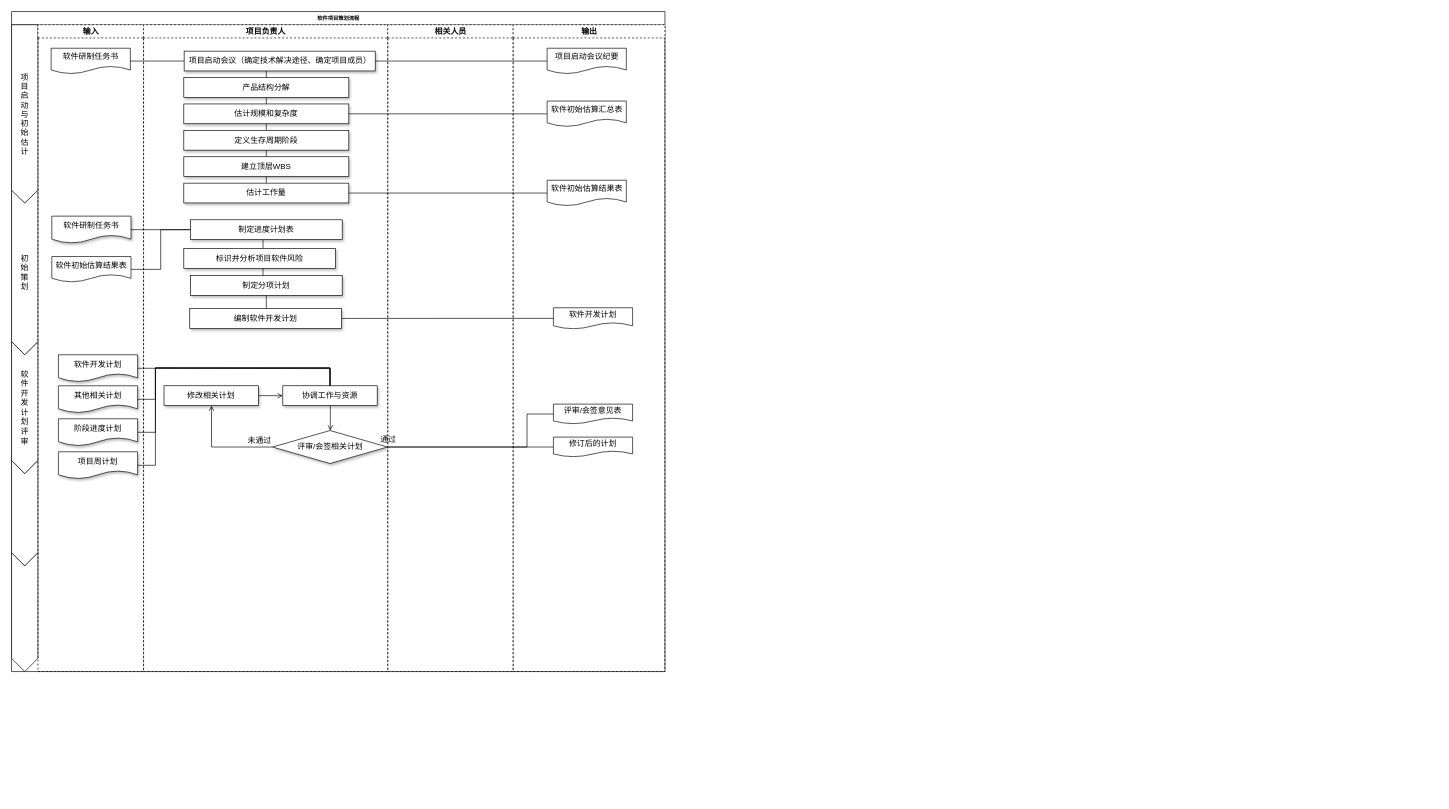
Before: 国军标5000A-文审-项目策划过程域.drawio in ColonelDarcy2018/excelsior, a draw.io diagram. Source tidied: cells renumbered, new cells numbered last; positions are measured from the earlier drawing's top-left corner, leaving out a move shared by most shapes. Both pictures are drawn from the tidied source at 66%, with x=0, y=0 at pixel (11, 11).
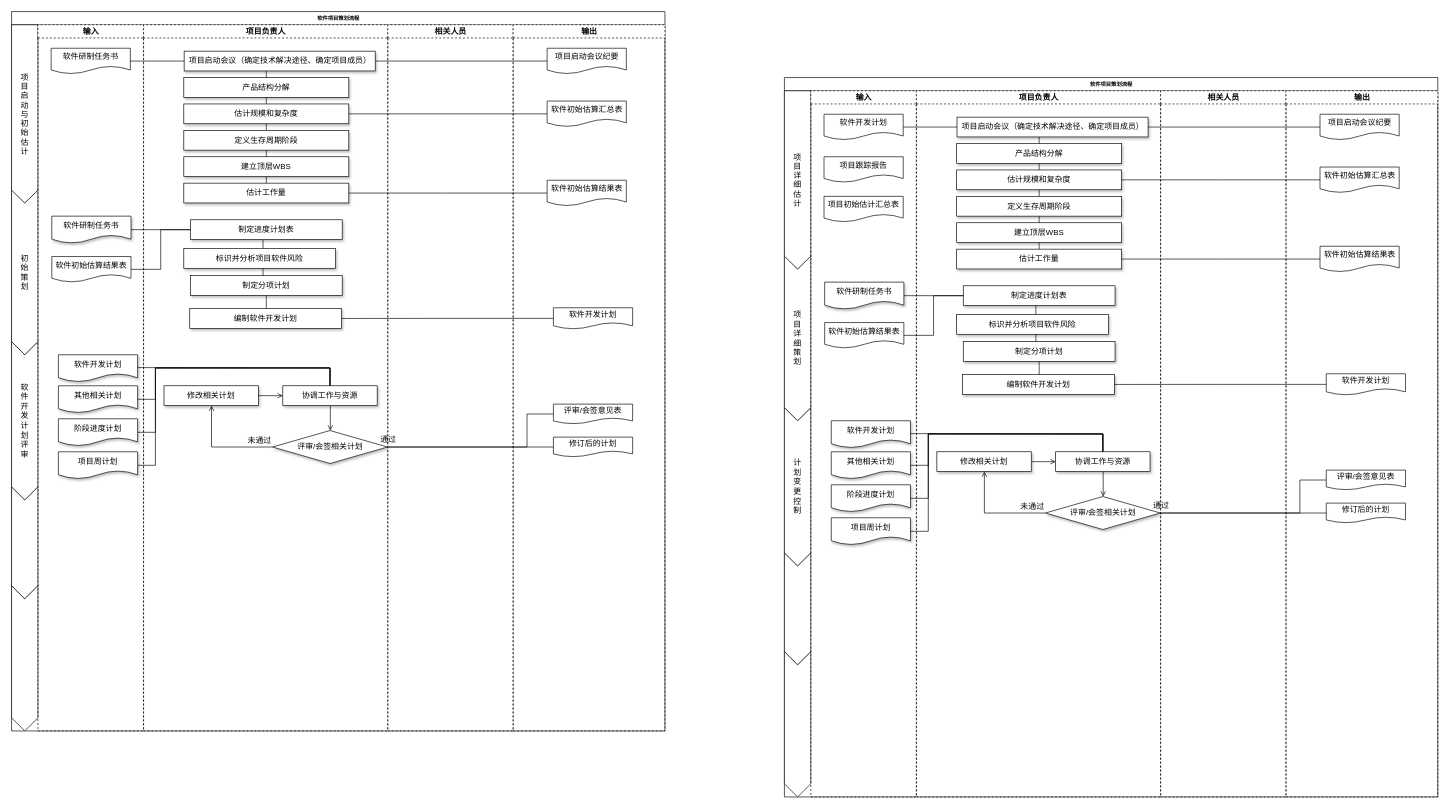
The same page after the edit.

Commit message (it also covers changes not shown here):
Update 国军标5000A-文审-项目策划过程域.drawio

The change refers to these unchanged cells:
```xml
<mxCell id="25" value="软件开发计划" style="shape=document;whiteSpace=wrap;html=1;boundedLbl=1;shadow=1;fontSize=12;" parent="13" vertex="1">
  <mxGeometry x="-129" y="500" width="120" height="41" as="geometry" />
</mxCell>
<mxCell id="30" value="协调工作与资源" style="rounded=0;whiteSpace=wrap;html=1;shadow=1;fontSize=12;" parent="13" vertex="1">
  <mxGeometry x="211" y="547" width="143" height="30" as="geometry" />
</mxCell>
```

Diff of the diagram source:
```diff
@@
     <mxCell id="2" value="软件项目策划流程" style="swimlane;html=1;startSize=20;rounded=0;shadow=0;labelBackgroundColor=none;strokeWidth=1;fontFamily=Verdana;fontSize=8;align=center;" parent="1" vertex="1">
-      <mxGeometry width="990" height="1000" as="geometry" />
+      <mxGeometry width="990" height="1090" as="geometry" />
     </mxCell>
     <mxCell id="3" style="group;" parent="2" vertex="1">
-      <mxGeometry y="20" width="40" height="980" as="geometry" />
+      <mxGeometry y="20" width="40" height="1070" as="geometry" />
     </mxCell>
     <mxCell id="4" style="shape=step;perimeter=stepPerimeter;whiteSpace=wrap;html=1;fixedSize=1;size=20;direction=south;" parent="3" vertex="1">
-      <mxGeometry y="660" width="40" height="160" as="geometry" />
+      <mxGeometry y="700" width="40" height="170" as="geometry" />
     </mxCell>
     <mxCell id="5" value="软&lt;br&gt;件&lt;br&gt;开&lt;br&gt;发&lt;br&gt;计&lt;br&gt;划&lt;br&gt;评&lt;br&gt;审" style="shape=step;perimeter=stepPerimeter;whiteSpace=wrap;html=1;fixedSize=1;size=20;direction=south;" parent="3" vertex="1">
-      <mxGeometry y="480" width="40" height="200" as="geometry" />
+      <mxGeometry y="480" width="40" height="240" as="geometry" />
     </mxCell>
@@
     <mxCell id="8" style="shape=step;perimeter=stepPerimeter;whiteSpace=wrap;html=1;fixedSize=1;size=20;direction=south;" parent="3" vertex="1">
-      <mxGeometry y="800" width="40" height="180" as="geometry" />
+      <mxGeometry y="850" width="40" height="220" as="geometry" />
     </mxCell>
     <mxCell id="9" value="输入" style="swimlane;html=1;startSize=20;dashed=1;" parent="2" vertex="1">
-      <mxGeometry x="40" y="20" width="160" height="980" as="geometry" />
+      <mxGeometry x="40" y="20" width="160" height="1070" as="geometry" />
     </mxCell>
@@
     <mxCell id="13" value="项目负责人" style="swimlane;html=1;startSize=20;dashed=1;" parent="2" vertex="1">
-      <mxGeometry x="200" y="20" width="370" height="980" as="geometry" />
+      <mxGeometry x="200" y="20" width="370" height="1070" as="geometry" />
     </mxCell>
@@
-    <mxCell id="33" style="edgeStyle=orthogonalEdgeStyle;rounded=0;sketch=0;jettySize=auto;html=1;endArrow=none;endFill=0;" parent="13" edge="1" source="25" target="30">
+    <mxCell id="33" style="edgeStyle=orthogonalEdgeStyle;rounded=0;sketch=0;orthogonalLoop=1;jettySize=auto;html=1;endArrow=none;endFill=0;" parent="13" edge="1">
       <mxGeometry relative="1" as="geometry">
+        <mxPoint x="-9" y="519.5" as="sourcePoint" />
+        <mxPoint x="282.5" y="546" as="targetPoint" />
         <Array as="points">
-          <mxPoint x="8" y="521" />
-          <mxPoint x="8" y="521" />
+          <mxPoint x="8" y="520" />
+          <mxPoint x="8" y="520" />
         </Array>
       </mxGeometry>
     </mxCell>
@@
     <mxCell id="43" value="相关人员" style="swimlane;html=1;startSize=20;dashed=1;" parent="2" vertex="1">
-      <mxGeometry x="570" y="20" width="190" height="980" as="geometry" />
+      <mxGeometry x="570" y="20" width="190" height="1070" as="geometry" />
     </mxCell>
@@
     <mxCell id="45" value="输出" style="swimlane;html=1;startSize=20;dashed=1;" parent="2" vertex="1">
-      <mxGeometry x="760" y="20" width="230" height="980" as="geometry" />
+      <mxGeometry x="760" y="20" width="230" height="1070" as="geometry" />
     </mxCell>
@@
+    <mxCell id="66" value="软件项目策划流程" style="swimlane;html=1;startSize=20;rounded=0;shadow=0;labelBackgroundColor=none;strokeWidth=1;fontFamily=Verdana;fontSize=8;align=center;" parent="1" vertex="1">
+      <mxGeometry x="1171" y="100" width="990" height="1090" as="geometry" />
+    </mxCell>
+    <mxCell id="67" style="group;" parent="66" vertex="1">
+      <mxGeometry y="20" width="40" height="1070" as="geometry" />
+    </mxCell>
+    <mxCell id="68" style="shape=step;perimeter=stepPerimeter;whiteSpace=wrap;html=1;fixedSize=1;size=20;direction=south;" parent="67" vertex="1">
+      <mxGeometry y="700" width="40" height="170" as="geometry" />
+    </mxCell>
+    <mxCell id="69" value="计&lt;br&gt;划&lt;br&gt;变&lt;br&gt;更&lt;br&gt;控&lt;br&gt;制" style="shape=step;perimeter=stepPerimeter;whiteSpace=wrap;html=1;fixedSize=1;size=20;direction=south;" parent="67" vertex="1">
+      <mxGeometry y="480" width="40" height="240" as="geometry" />
+    </mxCell>
+    <mxCell id="70" value="项&lt;br&gt;目&lt;br&gt;详&lt;br&gt;细&lt;br&gt;策&lt;br&gt;划" style="shape=step;perimeter=stepPerimeter;whiteSpace=wrap;html=1;fixedSize=1;size=20;direction=south;" parent="67" vertex="1">
+      <mxGeometry y="250" width="40" height="250" as="geometry" />
+    </mxCell>
+    <mxCell id="71" value="项&#10;目&#10;详&#10;细&#10;估&#10;计" style="shape=offPageConnector;size=0.07142857142857142;flipV=0;horizontal=1;" parent="67" vertex="1">
+      <mxGeometry width="40" height="270" as="geometry" />
+    </mxCell>
+    <mxCell id="72" style="shape=step;perimeter=stepPerimeter;whiteSpace=wrap;html=1;fixedSize=1;size=20;direction=south;" parent="67" vertex="1">
+      <mxGeometry y="850" width="40" height="220" as="geometry" />
+    </mxCell>
+    <mxCell id="73" value="输入" style="swimlane;html=1;startSize=20;dashed=1;" parent="66" vertex="1">
+      <mxGeometry x="40" y="20" width="160" height="1070" as="geometry" />
+    </mxCell>
+    <mxCell id="74" value="软件初始估算结果表" style="shape=document;whiteSpace=wrap;html=1;boundedLbl=1;fontSize=12;" parent="73" vertex="1">
+      <mxGeometry x="21" y="351.2" width="120" height="38.8" as="geometry" />
+    </mxCell>
+    <mxCell id="75" value="软件开发计划" style="shape=document;whiteSpace=wrap;html=1;boundedLbl=1;fontSize=12;" parent="73" vertex="1">
+      <mxGeometry x="20" y="35.6" width="120" height="38.8" as="geometry" />
+    </mxCell>
+    <mxCell id="76" value="项目跟踪报告" style="shape=document;whiteSpace=wrap;html=1;boundedLbl=1;fontSize=12;" parent="73" vertex="1">
+      <mxGeometry x="20" y="100" width="120" height="38.8" as="geometry" />
+    </mxCell>
+    <mxCell id="77" value="项目初始估计汇总表" style="shape=document;whiteSpace=wrap;html=1;boundedLbl=1;fontSize=12;" parent="73" vertex="1">
+      <mxGeometry x="20" y="160" width="120" height="38.8" as="geometry" />
+    </mxCell>
+    <mxCell id="78" style="edgeStyle=elbowEdgeStyle;rounded=0;jettySize=auto;html=1;endArrow=none;endFill=0;" parent="66" edge="1" source="114" target="90">
+      <mxGeometry relative="1" as="geometry" />
+    </mxCell>
+    <mxCell id="79" value="项目负责人" style="swimlane;html=1;startSize=20;dashed=1;" parent="66" vertex="1">
+      <mxGeometry x="200" y="20" width="370" height="1070" as="geometry" />
+    </mxCell>
+    <mxCell id="80" style="edgeStyle=elbowEdgeStyle;rounded=0;jettySize=auto;html=1;endArrow=none;endFill=0;" parent="79" edge="1" source="81" target="82">
+      <mxGeometry relative="1" as="geometry" />
+    </mxCell>
+    <mxCell id="81" value="建立顶层WBS" style="rounded=0;whiteSpace=wrap;html=1;shadow=1;fontSize=12;" parent="79" vertex="1">
+      <mxGeometry x="61" y="200" width="250" height="30" as="geometry" />
+    </mxCell>
+    <mxCell id="82" value="估计工作量" style="rounded=0;whiteSpace=wrap;html=1;shadow=1;fontSize=12;" parent="79" vertex="1">
+      <mxGeometry x="61" y="240" width="250" height="30" as="geometry" />
+    </mxCell>
+    <mxCell id="83" style="edgeStyle=elbowEdgeStyle;rounded=0;jettySize=auto;html=1;endArrow=none;endFill=0;" parent="79" edge="1" source="84" target="86">
+      <mxGeometry relative="1" as="geometry" />
+    </mxCell>
+    <mxCell id="84" value="产品结构分解" style="rounded=0;whiteSpace=wrap;html=1;shadow=1;fontSize=12;" parent="79" vertex="1">
+      <mxGeometry x="61" y="80" width="250" height="30" as="geometry" />
+    </mxCell>
+    <mxCell id="85" style="edgeStyle=elbowEdgeStyle;rounded=0;jettySize=auto;html=1;endArrow=none;endFill=0;" parent="79" edge="1" source="86" target="88">
+      <mxGeometry relative="1" as="geometry" />
+    </mxCell>
+    <mxCell id="86" value="估计规模和复杂度" style="rounded=0;whiteSpace=wrap;html=1;shadow=1;fontSize=12;" parent="79" vertex="1">
+      <mxGeometry x="61" y="120" width="250" height="30" as="geometry" />
+    </mxCell>
+    <mxCell id="87" style="edgeStyle=elbowEdgeStyle;rounded=0;jettySize=auto;html=1;endArrow=none;endFill=0;" parent="79" edge="1" source="88" target="81">
+      <mxGeometry relative="1" as="geometry" />
+    </mxCell>
+    <mxCell id="88" value="定义生存周期阶段" style="rounded=0;whiteSpace=wrap;html=1;shadow=1;fontSize=12;" parent="79" vertex="1">
+      <mxGeometry x="61" y="160" width="250" height="30" as="geometry" />
+    </mxCell>
+    <mxCell id="89" value="标识并分析项目软件风险" style="rounded=0;whiteSpace=wrap;html=1;shadow=1;fontSize=12;" parent="79" vertex="1">
+      <mxGeometry x="61" y="339" width="230" height="30" as="geometry" />
+    </mxCell>
+    <mxCell id="90" value="编制软件开发计划" style="rounded=0;whiteSpace=wrap;html=1;shadow=1;fontSize=12;" parent="79" vertex="1">
+      <mxGeometry x="70" y="430" width="230" height="30" as="geometry" />
+    </mxCell>
+    <mxCell id="91" value="软件开发计划" style="shape=document;whiteSpace=wrap;html=1;boundedLbl=1;shadow=1;fontSize=12;" parent="79" vertex="1">
+      <mxGeometry x="-129" y="500" width="120" height="41" as="geometry" />
+    </mxCell>
+    <mxCell id="92" value="其他相关计划" style="shape=document;whiteSpace=wrap;html=1;boundedLbl=1;shadow=1;fontSize=12;" parent="79" vertex="1">
+      <mxGeometry x="-129" y="547" width="120" height="41" as="geometry" />
+    </mxCell>
+    <mxCell id="93" value="阶段进度计划" style="shape=document;whiteSpace=wrap;html=1;boundedLbl=1;shadow=1;fontSize=12;" parent="79" vertex="1">
+      <mxGeometry x="-129" y="597" width="120" height="41" as="geometry" />
+    </mxCell>
+    <mxCell id="94" value="项目周计划" style="shape=document;whiteSpace=wrap;html=1;boundedLbl=1;shadow=1;fontSize=12;" parent="79" vertex="1">
+      <mxGeometry x="-129" y="647" width="120" height="41" as="geometry" />
+    </mxCell>
+    <mxCell id="95" style="edgeStyle=elbowEdgeStyle;rounded=0;jettySize=auto;html=1;endArrow=open;endFill=0;" parent="79" edge="1" source="96" target="98">
+      <mxGeometry relative="1" as="geometry" />
+    </mxCell>
+    <mxCell id="96" value="协调工作与资源" style="rounded=0;whiteSpace=wrap;html=1;shadow=1;fontSize=12;" parent="79" vertex="1">
+      <mxGeometry x="211" y="547" width="143" height="30" as="geometry" />
+    </mxCell>
+    <mxCell id="97" style="edgeStyle=elbowEdgeStyle;rounded=0;jettySize=auto;html=1;endArrow=open;endFill=0;" parent="79" edge="1" source="98" target="105">
+      <mxGeometry relative="1" as="geometry">
+        <Array as="points">
+          <mxPoint x="103" y="610" />
+        </Array>
+      </mxGeometry>
+    </mxCell>
+    <mxCell id="98" value="评审/会签相关计划" style="rhombus;whiteSpace=wrap;html=1;shadow=1;fontSize=12;" parent="79" vertex="1">
+      <mxGeometry x="195.5" y="614.8" width="174" height="50" as="geometry" />
+    </mxCell>
+    <mxCell id="99" style="edgeStyle=orthogonalEdgeStyle;rounded=0;sketch=0;orthogonalLoop=1;jettySize=auto;html=1;endArrow=none;endFill=0;" parent="79" edge="1">
+      <mxGeometry relative="1" as="geometry">
+        <mxPoint x="-9" y="519.5" as="sourcePoint" />
+        <mxPoint x="282.5" y="546" as="targetPoint" />
+        <Array as="points">
+          <mxPoint x="8" y="520" />
+          <mxPoint x="8" y="520" />
+        </Array>
+      </mxGeometry>
+    </mxCell>
+    <mxCell id="100" style="edgeStyle=elbowEdgeStyle;rounded=0;orthogonalLoop=1;jettySize=auto;html=1;entryX=0.5;entryY=0;entryDx=0;entryDy=0;fontSize=12;endArrow=none;endFill=0;" parent="79" edge="1" source="98" target="98">
+      <mxGeometry relative="1" as="geometry" />
+    </mxCell>
+    <mxCell id="101" style="edgeStyle=orthogonalEdgeStyle;rounded=0;sketch=0;jettySize=auto;html=1;endArrow=none;endFill=0;" parent="79" edge="1" source="92" target="96">
+      <mxGeometry relative="1" as="geometry">
+        <Array as="points">
+          <mxPoint x="18" y="568" />
+          <mxPoint x="18" y="520" />
+        </Array>
+      </mxGeometry>
+    </mxCell>
+    <mxCell id="102" style="edgeStyle=orthogonalEdgeStyle;rounded=0;sketch=0;jettySize=auto;html=1;endArrow=none;endFill=0;" parent="79" edge="1" source="93" target="96">
+      <mxGeometry relative="1" as="geometry">
+        <Array as="points">
+          <mxPoint x="18" y="618" />
+          <mxPoint x="18" y="520" />
+        </Array>
+      </mxGeometry>
+    </mxCell>
+    <mxCell id="103" style="edgeStyle=orthogonalEdgeStyle;rounded=0;sketch=0;jettySize=auto;html=1;endArrow=none;endFill=0;" parent="79" edge="1" source="94" target="96">
+      <mxGeometry relative="1" as="geometry">
+        <Array as="points">
+          <mxPoint x="18" y="668" />
+          <mxPoint x="18" y="520" />
+        </Array>
+      </mxGeometry>
+    </mxCell>
+    <mxCell id="104" style="edgeStyle=elbowEdgeStyle;rounded=0;jettySize=auto;html=1;endArrow=open;endFill=0;" parent="79" edge="1" source="105" target="96">
+      <mxGeometry relative="1" as="geometry" />
+    </mxCell>
+    <mxCell id="105" value="修改相关计划" style="rounded=0;whiteSpace=wrap;html=1;shadow=1;fontSize=12;" parent="79" vertex="1">
+      <mxGeometry x="31" y="547" width="143" height="30" as="geometry" />
+    </mxCell>
+    <mxCell id="106" value="未通过" style="text;html=1;strokeColor=none;fillColor=none;align=center;verticalAlign=middle;whiteSpace=wrap;rounded=0;dashed=1;sketch=0;" parent="79" vertex="1">
+      <mxGeometry x="155.5" y="619.8" width="40" height="20" as="geometry" />
+    </mxCell>
+    <mxCell id="107" style="edgeStyle=elbowEdgeStyle;rounded=0;jettySize=auto;html=1;endArrow=none;endFill=0;" parent="66" edge="1" source="98" target="116">
+      <mxGeometry relative="1" as="geometry" />
+    </mxCell>
+    <mxCell id="108" style="edgeStyle=elbowEdgeStyle;rounded=0;jettySize=auto;html=1;endArrow=none;endFill=0;" parent="66" edge="1" source="98" target="117">
+      <mxGeometry relative="1" as="geometry">
+        <Array as="points">
+          <mxPoint x="781" y="659.8" />
+        </Array>
+      </mxGeometry>
+    </mxCell>
+    <mxCell id="109" value="相关人员" style="swimlane;html=1;startSize=20;dashed=1;" parent="66" vertex="1">
+      <mxGeometry x="570" y="20" width="190" height="1070" as="geometry" />
+    </mxCell>
+    <mxCell id="110" value="通过" style="text;html=1;strokeColor=none;fillColor=none;align=center;verticalAlign=middle;whiteSpace=wrap;rounded=0;dashed=1;sketch=0;" parent="109" vertex="1">
+      <mxGeometry x="-19" y="618" width="40" height="20" as="geometry" />
+    </mxCell>
+    <mxCell id="111" value="输出" style="swimlane;html=1;startSize=20;dashed=1;" parent="66" vertex="1">
+      <mxGeometry x="760" y="20" width="230" height="1070" as="geometry" />
+    </mxCell>
+    <mxCell id="112" value="项目启动会议纪要" style="shape=document;whiteSpace=wrap;html=1;boundedLbl=1;fontSize=12;" parent="111" vertex="1">
+      <mxGeometry x="51.5" y="35.6" width="120" height="38.8" as="geometry" />
+    </mxCell>
+    <mxCell id="113" value="软件初始估算结果表" style="shape=document;whiteSpace=wrap;html=1;boundedLbl=1;fontSize=12;" parent="111" vertex="1">
+      <mxGeometry x="51.5" y="235.6" width="120" height="38.8" as="geometry" />
+    </mxCell>
+    <mxCell id="114" value="软件开发计划" style="shape=document;whiteSpace=wrap;html=1;boundedLbl=1;fontSize=12;" parent="111" vertex="1">
+      <mxGeometry x="61" y="428.8" width="120" height="32.2" as="geometry" />
+    </mxCell>
+    <mxCell id="115" value="软件初始估算汇总表" style="shape=document;whiteSpace=wrap;html=1;boundedLbl=1;fontSize=12;" parent="111" vertex="1">
+      <mxGeometry x="51.5" y="115.6" width="120" height="38.8" as="geometry" />
+    </mxCell>
+    <mxCell id="116" value="修订后的计划" style="shape=document;whiteSpace=wrap;html=1;boundedLbl=1;fontSize=12;" parent="111" vertex="1">
+      <mxGeometry x="61" y="624.8" width="120" height="30" as="geometry" />
+    </mxCell>
+    <mxCell id="117" value="评审/会签意见表" style="shape=document;whiteSpace=wrap;html=1;boundedLbl=1;fontSize=12;" parent="111" vertex="1">
+      <mxGeometry x="61" y="574.8" width="120" height="30" as="geometry" />
+    </mxCell>
+    <mxCell id="118" style="edgeStyle=elbowEdgeStyle;rounded=0;jettySize=auto;html=1;endArrow=none;endFill=0;" parent="66" edge="1" source="82" target="113">
+      <mxGeometry relative="1" as="geometry" />
+    </mxCell>
+    <mxCell id="119" style="edgeStyle=elbowEdgeStyle;rounded=0;jettySize=auto;html=1;endArrow=none;endFill=0;" parent="66" edge="1" source="86" target="115">
+      <mxGeometry relative="1" as="geometry" />
+    </mxCell>
+    <mxCell id="120" value="软件研制任务书" style="shape=document;whiteSpace=wrap;html=1;boundedLbl=1;shadow=1;fontSize=12;" parent="1" vertex="1">
+      <mxGeometry x="1232" y="410" width="120" height="41" as="geometry" />
+    </mxCell>
+    <mxCell id="121" style="edgeStyle=elbowEdgeStyle;rounded=0;jettySize=auto;html=1;endArrow=none;endFill=0;" parent="1" edge="1" source="123" target="84">
+      <mxGeometry relative="1" as="geometry" />
+    </mxCell>
+    <mxCell id="122" style="edgeStyle=elbowEdgeStyle;rounded=0;jettySize=auto;html=1;endArrow=none;endFill=0;" parent="1" edge="1" source="123" target="112">
+      <mxGeometry relative="1" as="geometry" />
+    </mxCell>
+    <mxCell id="123" value="项目启动会议（确定技术解决途径、确定项目成员）" style="rounded=0;whiteSpace=wrap;html=1;shadow=1;fontSize=12;" parent="1" vertex="1">
+      <mxGeometry x="1432.5" y="160" width="289.5" height="30" as="geometry" />
+    </mxCell>
+    <mxCell id="124" style="edgeStyle=orthogonalEdgeStyle;rounded=0;jettySize=auto;html=1;fontSize=12;endArrow=none;endFill=0;" parent="1" edge="1" source="75" target="123">
+      <mxGeometry relative="1" as="geometry" />
+    </mxCell>
+    <mxCell id="125" style="edgeStyle=elbowEdgeStyle;rounded=0;jettySize=auto;html=1;endArrow=none;endFill=0;" parent="1" edge="1" source="126" target="89">
+      <mxGeometry relative="1" as="geometry" />
+    </mxCell>
+    <mxCell id="126" value="制定进度计划表" style="rounded=0;whiteSpace=wrap;html=1;shadow=1;fontSize=12;" parent="1" vertex="1">
+      <mxGeometry x="1442" y="415.5" width="230" height="30" as="geometry" />
+    </mxCell>
+    <mxCell id="127" style="edgeStyle=elbowEdgeStyle;rounded=0;jettySize=auto;html=1;fontSize=12;endArrow=none;endFill=0;" parent="1" edge="1" source="120" target="126">
+      <mxGeometry relative="1" as="geometry" />
+    </mxCell>
+    <mxCell id="128" style="edgeStyle=elbowEdgeStyle;rounded=0;jettySize=auto;html=1;endArrow=none;endFill=0;" parent="1" edge="1" source="129" target="90">
+      <mxGeometry relative="1" as="geometry" />
+    </mxCell>
+    <mxCell id="129" value="制定分项计划" style="rounded=0;whiteSpace=wrap;html=1;shadow=1;fontSize=12;" parent="1" vertex="1">
+      <mxGeometry x="1442" y="500" width="230" height="30" as="geometry" />
+    </mxCell>
+    <mxCell id="130" style="edgeStyle=elbowEdgeStyle;rounded=0;jettySize=auto;html=1;endArrow=none;endFill=0;" parent="1" edge="1" source="74" target="126">
+      <mxGeometry relative="1" as="geometry" />
+    </mxCell>
+    <mxCell id="131" style="edgeStyle=elbowEdgeStyle;rounded=0;jettySize=auto;html=1;endArrow=none;endFill=0;" parent="1" edge="1" source="89" target="129">
+      <mxGeometry relative="1" as="geometry" />
+    </mxCell>
```
